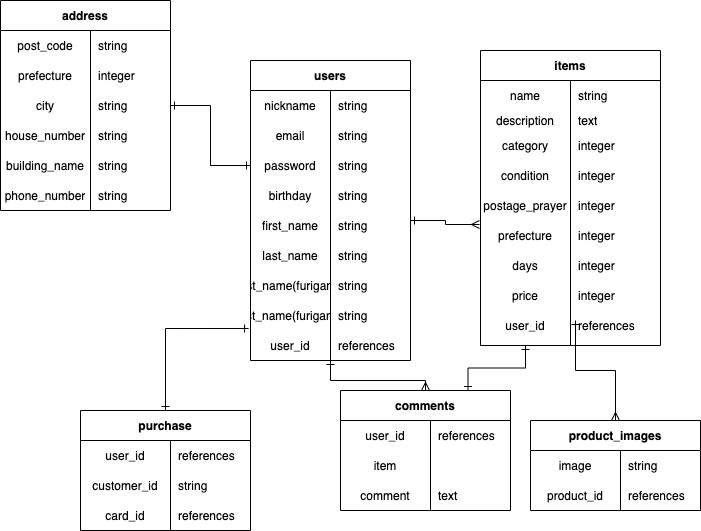
nxu4559/furima-28155 keeps this draw.io diagram as test.dio/test.drawio.png. Above is the earlier version. Source tidied: cells renumbered, new cells last; positions are measured from the earlier drawing's top-left corner, leaving out a move shared by most shapes.
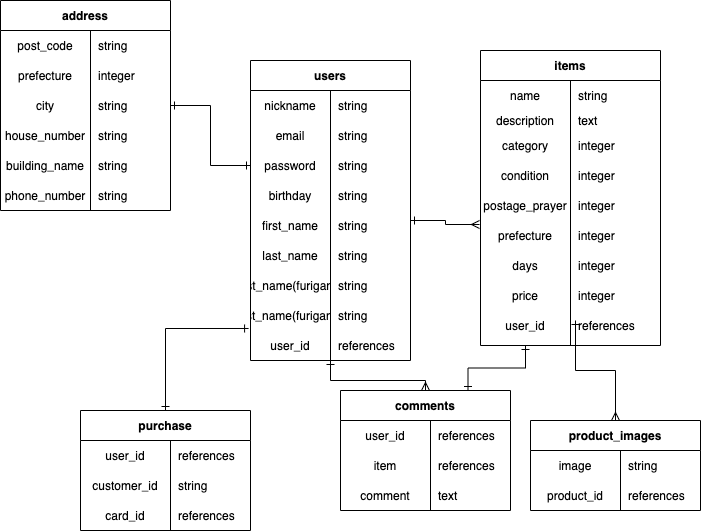
Above is the later version.

What changed in the source:
```diff
@@ -323,7 +323,7 @@
     <mxCell id="105" value="item" style="shape=partialRectangle;fillColor=none;top=0;left=0;bottom=0;right=0;overflow=hidden;" parent="104" vertex="1">
       <mxGeometry width="90" height="30" as="geometry" />
     </mxCell>
-    <mxCell id="106" style="shape=partialRectangle;fillColor=none;top=0;left=0;bottom=0;right=0;align=left;spacingLeft=6;overflow=hidden;" parent="104" vertex="1">
+    <mxCell id="106" value="references" style="shape=partialRectangle;fillColor=none;top=0;left=0;bottom=0;right=0;align=left;spacingLeft=6;overflow=hidden;" parent="104" vertex="1">
       <mxGeometry x="90" width="80" height="30" as="geometry" />
     </mxCell>
     <mxCell id="107" style="shape=partialRectangle;fillColor=none;top=0;left=0;bottom=0;right=0;" parent="100" vertex="1">
```
